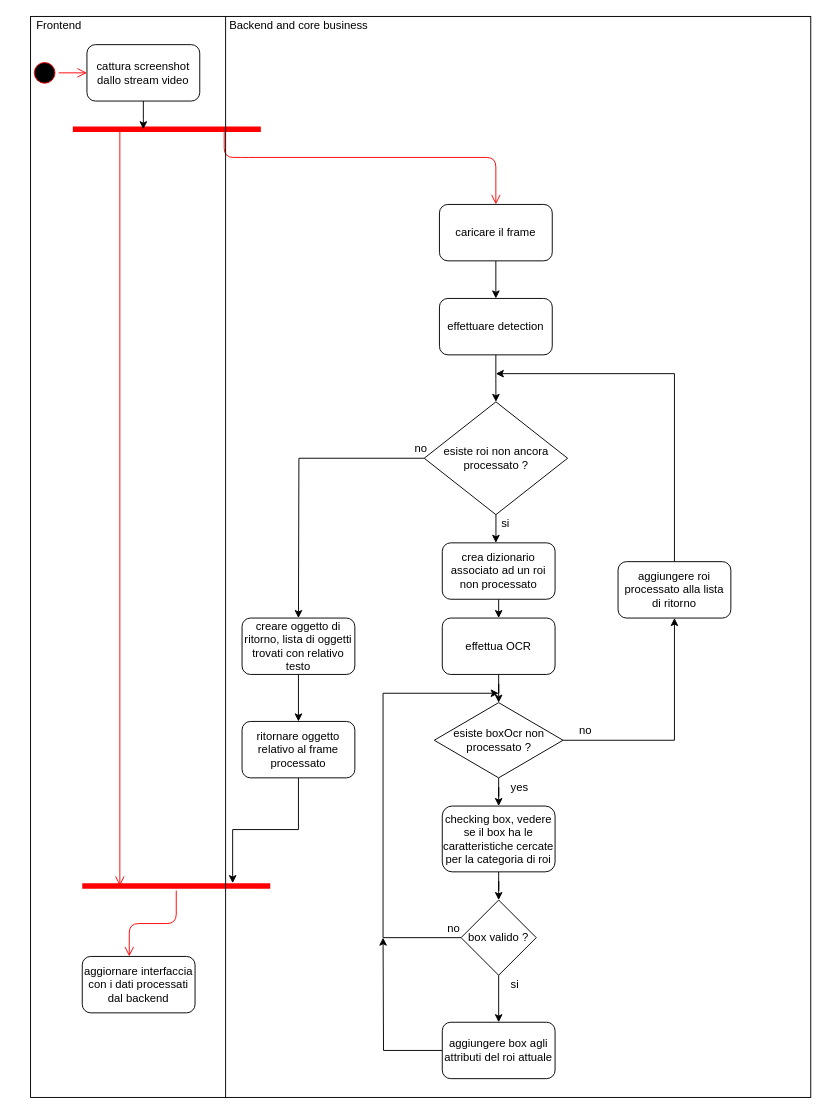
Andrew-Wyn/ing_SW_DIL keeps this draw.io diagram as report/uml_activity.drawio. Above is the earlier version. Source tidied: cells renumbered, new cells numbered last; positions are measured from the earlier drawing's top-left corner, leaving out a move shared by most shapes. Both pictures are drawn from the tidied source at 94%, with x=0, y=0 at pixel (30, 16).
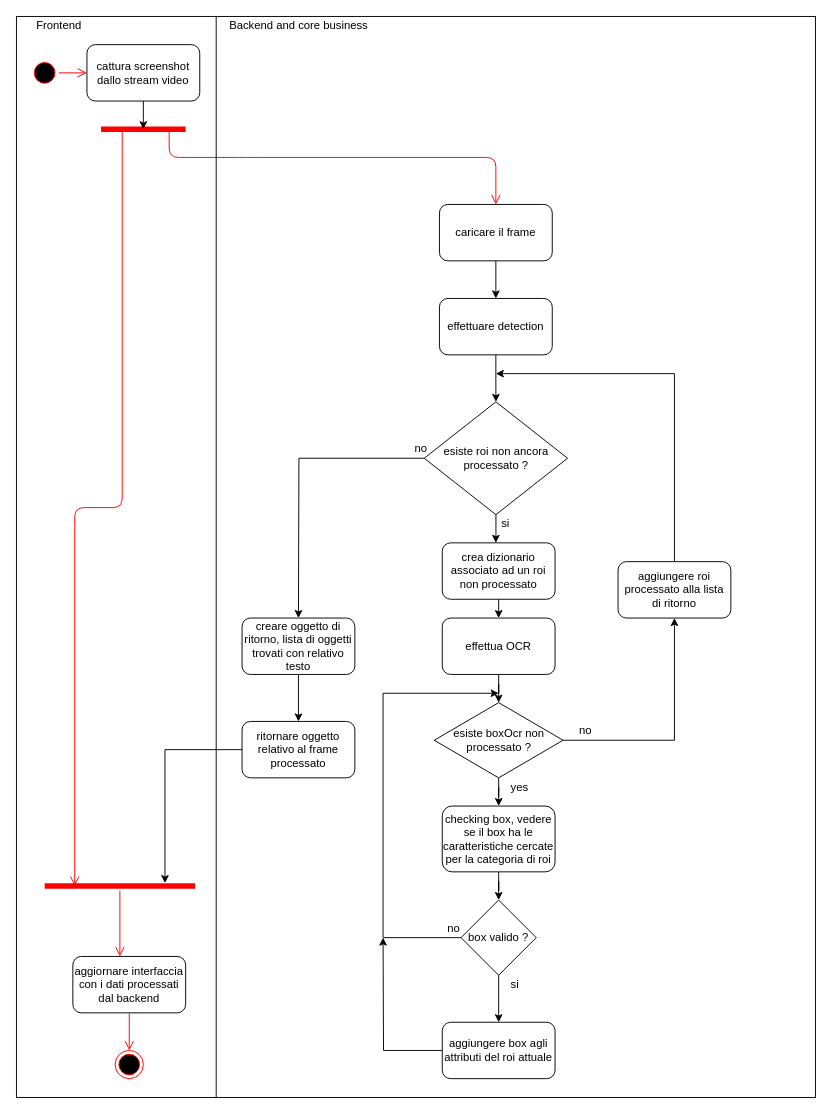
The same diagram, later.

The edit, as a diff of the source:
```diff
@@
     <mxCell id="2" style="rounded=0;whiteSpace=wrap;html=1;" parent="1" vertex="1">
-      <mxGeometry width="830" height="1150" as="geometry" />
+      <mxGeometry x="-15" width="850" height="1150" as="geometry" />
     </mxCell>
@@
     <mxCell id="36" style="shape=line;html=1;strokeWidth=6;strokeColor=#ff0000;" parent="1" vertex="1">
-      <mxGeometry x="55" y="920" width="200" height="10" as="geometry" />
+      <mxGeometry x="15" y="920" width="160" height="10" as="geometry" />
     </mxCell>
@@
     <mxCell id="38" style="shape=line;html=1;strokeWidth=6;strokeColor=#ff0000;" parent="1" vertex="1">
-      <mxGeometry x="45" y="115" width="200" height="10" as="geometry" />
+      <mxGeometry x="75" y="115" width="90" height="10" as="geometry" />
     </mxCell>
@@
     <mxCell id="43" value="aggiornare interfaccia&lt;br&gt;con i dati processati dal backend" style="rounded=1;whiteSpace=wrap;html=1;" parent="1" vertex="1">
-      <mxGeometry x="55" y="1000" width="120" height="60" as="geometry" />
+      <mxGeometry x="45" y="1000" width="120" height="60" as="geometry" />
     </mxCell>
@@
+    <mxCell id="49" style="ellipse;html=1;shape=endState;fillColor=#000000;strokeColor=#ff0000;" parent="1" vertex="1">
+      <mxGeometry x="90" y="1100" width="30" height="30" as="geometry" />
+    </mxCell>
+    <mxCell id="50" style="edgeStyle=orthogonalEdgeStyle;html=1;verticalAlign=bottom;endArrow=open;endSize=8;strokeColor=#ff0000;entryX=0.5;entryY=0;entryDx=0;entryDy=0;exitX=0.5;exitY=1;exitDx=0;exitDy=0;" parent="1" edge="1" source="43" target="49">
+      <mxGeometry relative="1" as="geometry" />
+    </mxCell>
```
